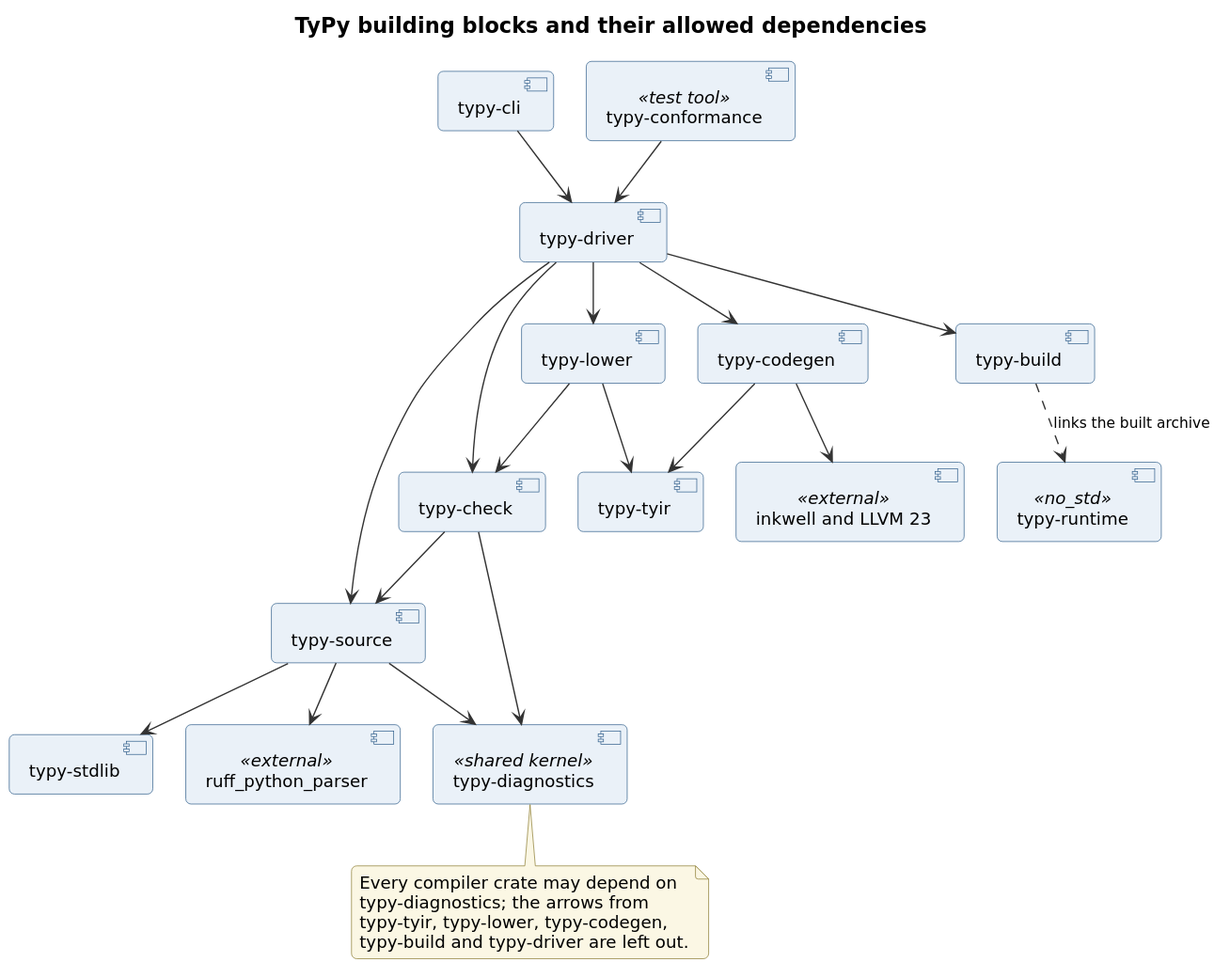
Before: docs/diagrams/component-building-blocks.svg, a diagram exported from PlantUML (typy-lang/typy). Its source is kept beside it as docs/diagrams/component-building-blocks.puml.
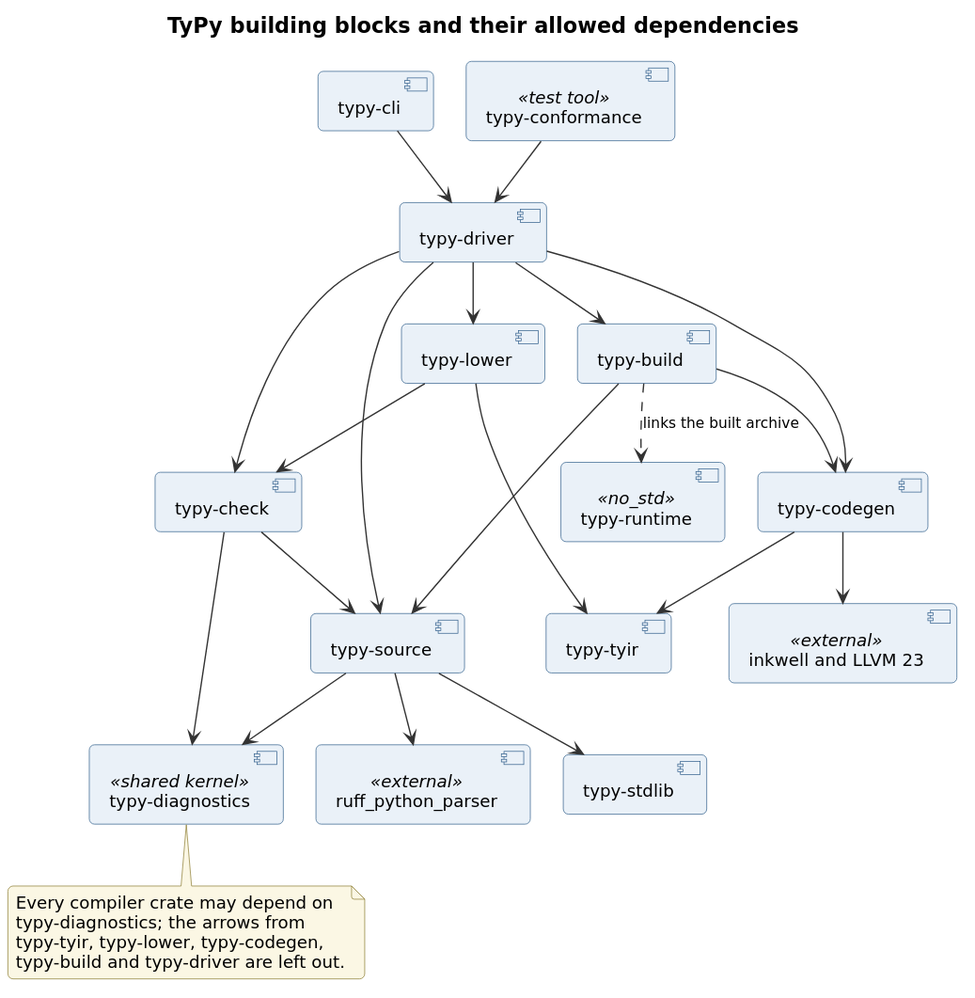
After the change.

Diff of the diagram source:
```diff
@@ -33,6 +33,8 @@
 Lower --> Tyir
 Codegen --> Tyir
 Codegen --> Inkwell
+Build --> Codegen
+Build --> Source
 Build ..> Runtime : links the built archive
 Source --> Diagnostics
 Check --> Diagnostics
```
